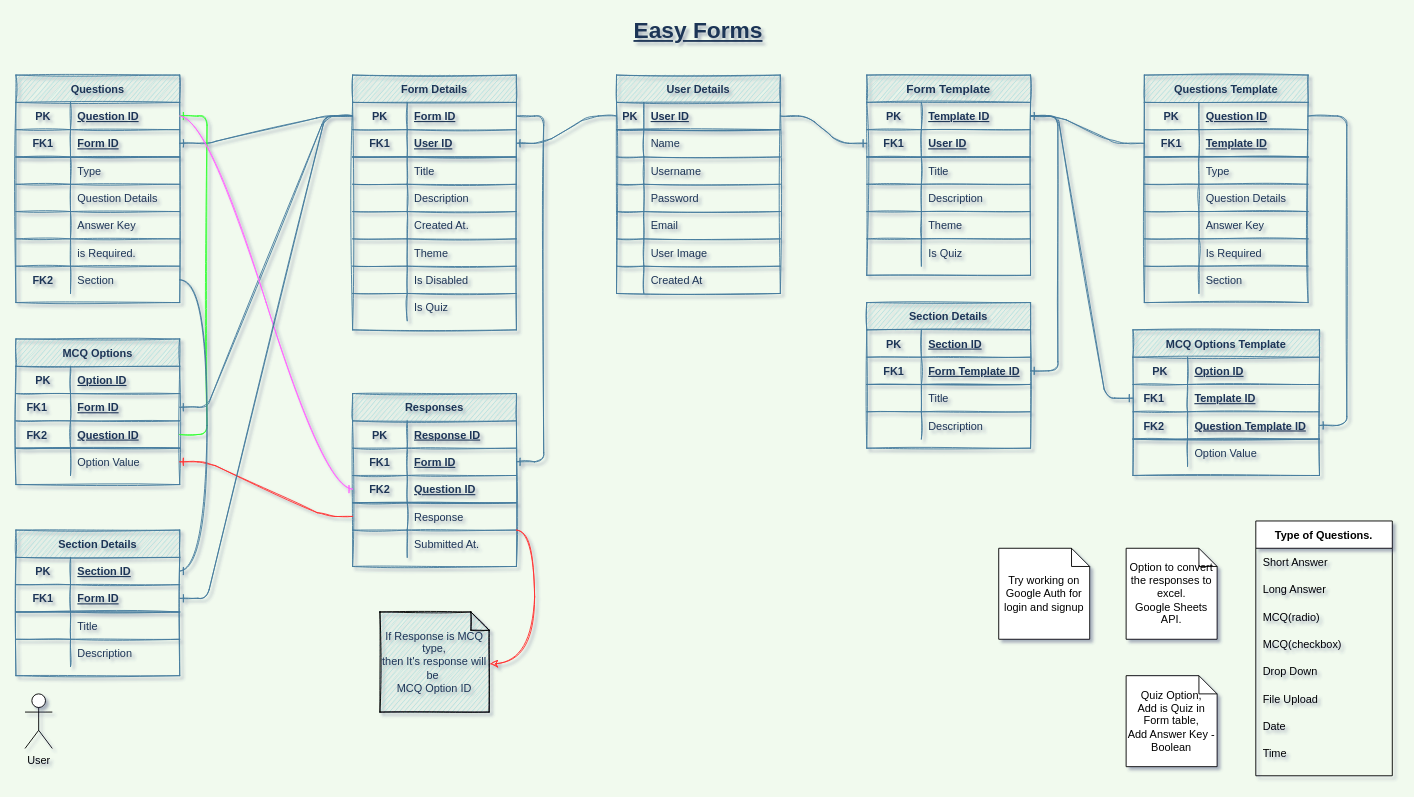
Before: Reference/DB Schema - Easy Forms.drawio in kunalkeshan/easy-forms, a draw.io diagram. Source tidied: cells renumbered, new cells numbered last; positions are measured from the earlier drawing's top-left corner, leaving out a move shared by most shapes. Both pictures are drawn from the tidied source at 91%, with x=0, y=0 at pixel (15, 20).
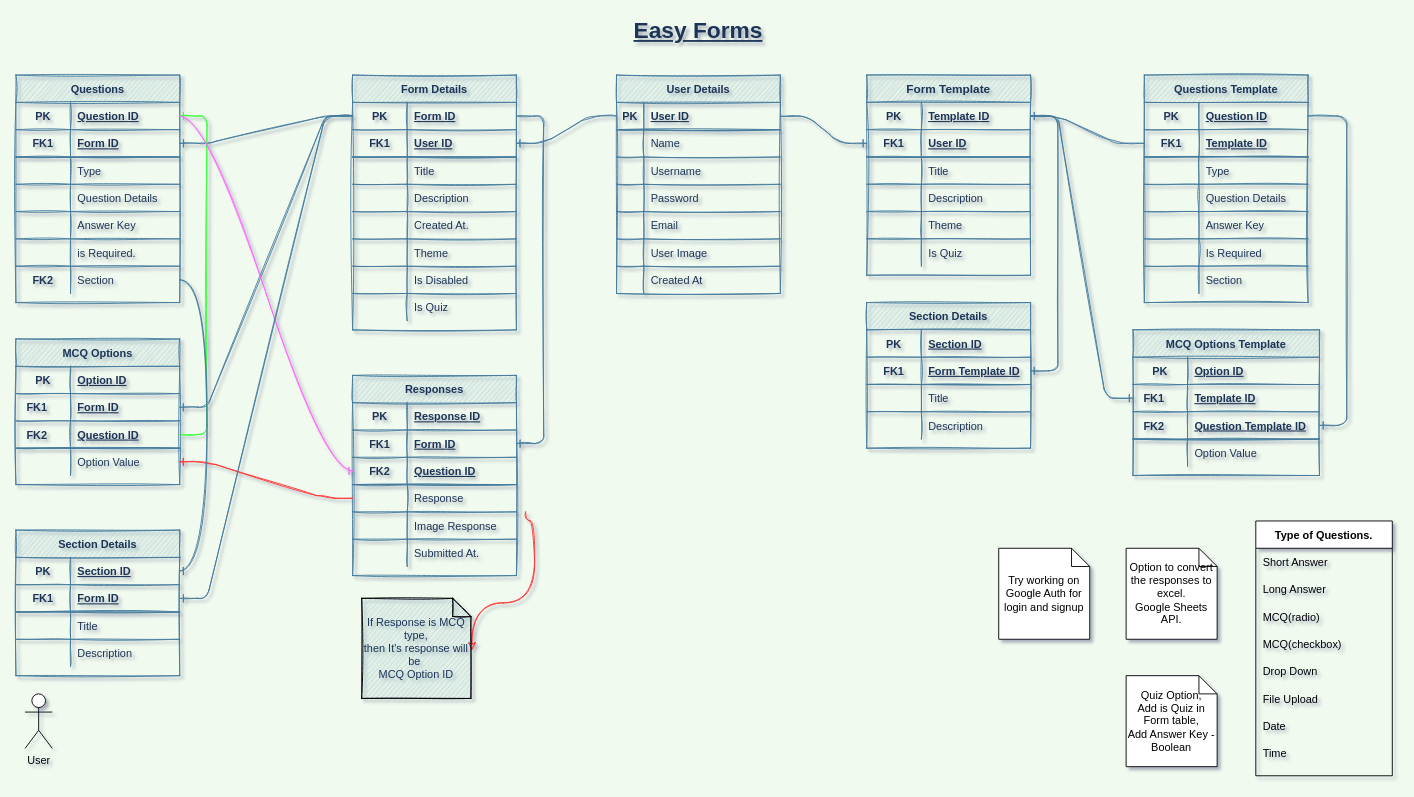
Above is the later version.

Unchanged cells that the change refers to:
```xml
<mxCell id="61" style="shape=partialRectangle;fillColor=none;top=0;left=0;bottom=0;right=0;points=[[0,0.5],[1,0.5]];portConstraint=eastwest;strokeColor=#457B9D;fontColor=#1D3557;sketch=1;" parent="51" vertex="1">
  <mxGeometry y="120" width="180" height="30" as="geometry" />
</mxCell>
```

What changed in the source:
```diff
@@
     <mxCell id="51" value="Responses" style="shape=table;startSize=30;childLayout=tableLayout;rowLines=1;fontStyle=1;align=center;fillColor=#A8DADC;strokeColor=#457B9D;fontColor=#1D3557;sketch=1;" parent="1" vertex="1">
-      <mxGeometry x="370" y="410" width="180" height="190" as="geometry" />
+      <mxGeometry x="370" y="390" width="180" height="220" as="geometry" />
     </mxCell>
@@
+    <mxCell id="218" style="shape=partialRectangle;fillColor=none;top=0;left=0;bottom=0;right=0;strokeColor=#457B9D;fontColor=#1D3557;sketch=1;" parent="51" vertex="1">
+      <mxGeometry y="150" width="180" height="30" as="geometry" />
+    </mxCell>
+    <mxCell id="219" style="shape=partialRectangle;fillColor=none;top=0;left=0;bottom=0;right=0;overflow=hidden;strokeColor=#457B9D;fontColor=#1D3557;sketch=1;" parent="218" vertex="1">
+      <mxGeometry width="60" height="30" as="geometry" />
+    </mxCell>
+    <mxCell id="220" value="Image Response" style="shape=partialRectangle;fillColor=none;top=0;left=0;bottom=0;right=0;align=left;spacingLeft=6;overflow=hidden;strokeColor=#457B9D;fontColor=#1D3557;sketch=1;" parent="218" vertex="1">
+      <mxGeometry x="60" width="120" height="30" as="geometry" />
+    </mxCell>
     <mxCell id="64" style="shape=partialRectangle;fillColor=none;top=0;left=0;bottom=0;right=0;strokeColor=#457B9D;fontColor=#1D3557;sketch=1;" parent="51" vertex="1">
-      <mxGeometry y="150" width="180" height="30" as="geometry" />
+      <mxGeometry y="180" width="180" height="30" as="geometry" />
     </mxCell>
@@
-    <mxCell id="127" style="endArrow=classic;html=1;labelBackgroundColor=#F1FAEE;fontColor=#1D3557;strokeColor=#FF3333;sketch=1;entryX=1.009;entryY=0.517;entryDx=0;entryDy=0;entryPerimeter=0;edgeStyle=orthogonalEdgeStyle;curved=1;" parent="1" edge="1" source="61" target="129">
+    <mxCell id="127" style="endArrow=classic;html=1;labelBackgroundColor=#F1FAEE;fontColor=#1D3557;strokeColor=#FF3333;sketch=1;entryX=1.009;entryY=0.517;entryDx=0;entryDy=0;entryPerimeter=0;edgeStyle=orthogonalEdgeStyle;curved=1;" parent="1" edge="1" target="129">
       <mxGeometry relative="1" as="geometry">
+        <mxPoint x="560" y="540" as="sourcePoint" />
         <Array as="points">
-          <mxPoint x="460" y="550" />
-          <mxPoint x="450" y="550" />
-          <mxPoint x="450" y="560" />
-          <mxPoint x="570" y="560" />
-          <mxPoint x="570" y="637" />
+          <mxPoint x="560" y="550" />
+          <mxPoint x="570" y="550" />
+          <mxPoint x="570" y="640" />
+          <mxPoint x="501" y="640" />
         </Array>
       </mxGeometry>
     </mxCell>
@@
     <mxCell id="129" value="&lt;span style=&quot;text-align: left&quot;&gt;If Response is MCQ type,&lt;/span&gt;&lt;br style=&quot;padding: 0px ; margin: 0px ; text-align: left&quot;&gt;&lt;span style=&quot;text-align: left&quot;&gt;then It's response will be&amp;nbsp;&lt;/span&gt;&lt;br style=&quot;padding: 0px ; margin: 0px ; text-align: left&quot;&gt;&lt;span style=&quot;text-align: left&quot;&gt;MCQ Option ID&lt;/span&gt;" style="shape=note;size=20;whiteSpace=wrap;html=1;fontColor=#1D3557;strokeColor=#000000;fillColor=#A8DADC;sketch=1;" parent="1" vertex="1">
-      <mxGeometry x="400" y="650" width="120" height="110" as="geometry" />
+      <mxGeometry x="380" y="635" width="120" height="110" as="geometry" />
     </mxCell>
```
